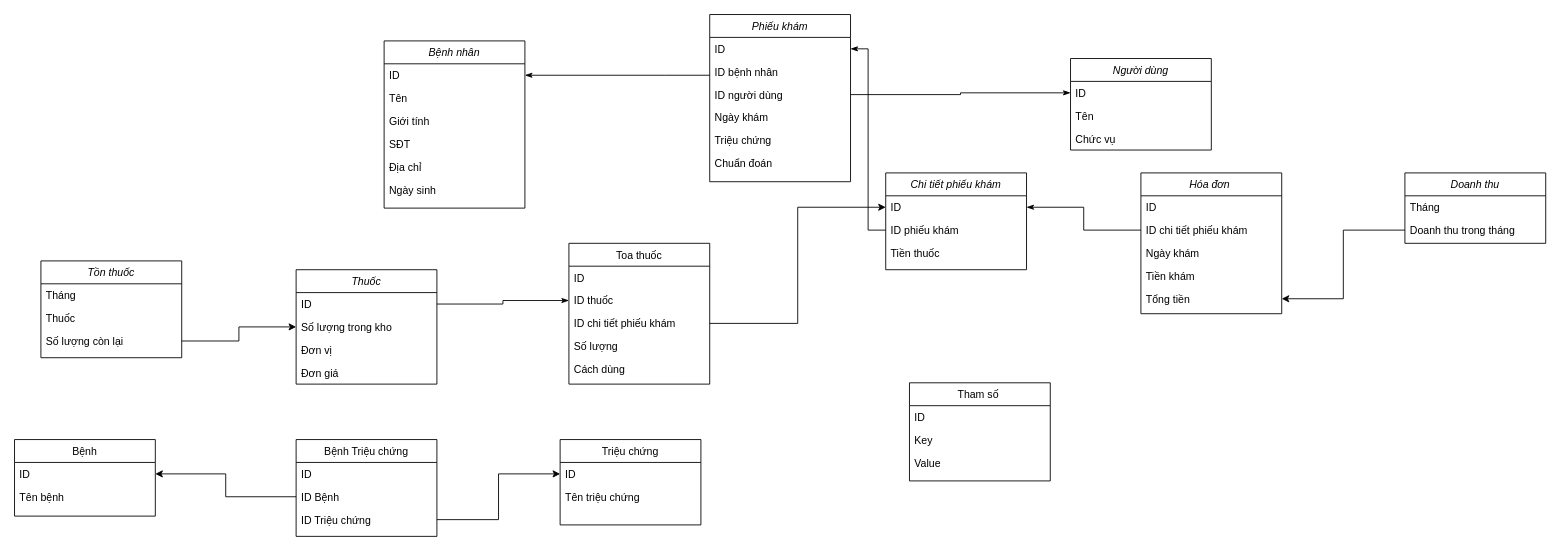
This is Untitled Diagram.drawio from thanhxinhtraiuit/DACNPM, a draw.io file, before an edit. Source tidied: cells renumbered, new cells numbered last; positions are measured from the earlier drawing's top-left corner, leaving out a move shared by most shapes. Both pictures are drawn from the tidied source at 88%, with x=0, y=0 at pixel (14, 14).
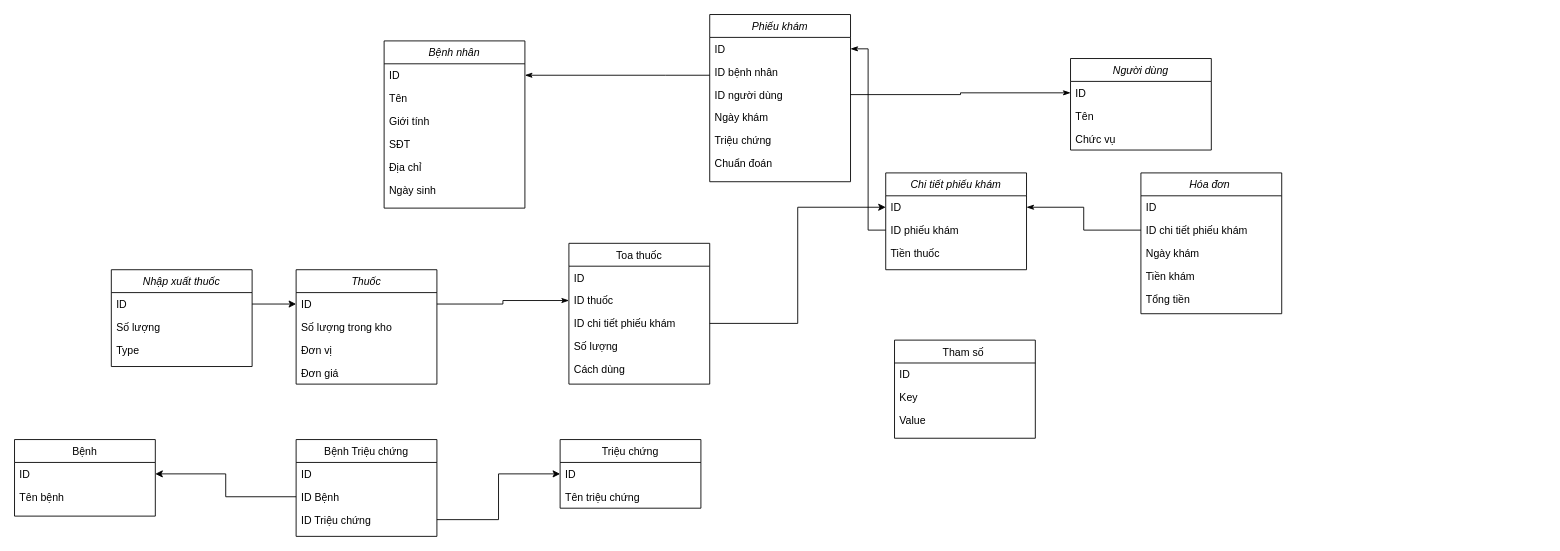
The same page after the edit.

Unchanged cells that the change refers to:
```xml
<mxCell id="44" value="ID" style="text;align=left;verticalAlign=top;spacingLeft=4;spacingRight=4;overflow=hidden;points=[[0,0.5],[1,0.5]];portConstraint=eastwest;" parent="43" vertex="1">
  <mxGeometry y="26" width="160" height="26" as="geometry" />
</mxCell>
<mxCell id="45" value="Số lượng trong kho" style="text;align=left;verticalAlign=top;spacingLeft=4;spacingRight=4;overflow=hidden;points=[[0,0.5],[1,0.5]];portConstraint=eastwest;rounded=0;shadow=0;html=0;" parent="43" vertex="1">
  <mxGeometry y="52" width="160" height="26" as="geometry" />
</mxCell>
<mxCell id="54" value="Tổng tiền" style="text;align=left;verticalAlign=top;spacingLeft=4;spacingRight=4;overflow=hidden;points=[[0,0.5],[1,0.5]];portConstraint=eastwest;" parent="49" vertex="1">
  <mxGeometry y="130" width="160" height="26" as="geometry" />
</mxCell>
```

Change to the diagram source:
```diff
@@
     <mxCell id="5" value="Triệu chứng" style="swimlane;fontStyle=0;align=center;verticalAlign=top;horizontal=1;startSize=26;rounded=0;shadow=0;strokeWidth=1;" parent="1" vertex="1">
-      <mxGeometry x="620" y="483" width="160" height="97" as="geometry" />
+      <mxGeometry x="620" y="483" width="160" height="78" as="geometry" />
     </mxCell>
@@
     <mxCell id="56" value="Tham số " style="swimlane;fontStyle=0;align=center;verticalAlign=top;horizontal=1;startSize=26;rounded=0;shadow=0;strokeWidth=1;" parent="1" vertex="1">
-      <mxGeometry x="1017" y="418.5" width="160" height="111.5" as="geometry" />
+      <mxGeometry x="1000" y="370" width="160" height="111.5" as="geometry" />
     </mxCell>
@@
-    <mxCell id="63" value="Doanh thu" style="swimlane;fontStyle=2;align=center;verticalAlign=top;horizontal=1;startSize=26;rounded=0;shadow=0;strokeWidth=1;" parent="1" vertex="1">
-      <mxGeometry x="1580" y="180" width="160" height="80" as="geometry" />
-    </mxCell>
-    <mxCell id="64" value="Tháng" style="text;align=left;verticalAlign=top;spacingLeft=4;spacingRight=4;overflow=hidden;" parent="63" vertex="1">
-      <mxGeometry y="26" width="160" height="26" as="geometry" />
-    </mxCell>
-    <mxCell id="65" value="Doanh thu trong tháng" style="text;align=left;verticalAlign=top;spacingLeft=4;spacingRight=4;overflow=hidden;points=[[0,0.5],[1,0.5]];portConstraint=eastwest;rounded=0;shadow=0;html=0;" parent="63" vertex="1">
-      <mxGeometry y="52" width="160" height="26" as="geometry" />
-    </mxCell>
-    <mxCell id="66" style="edgeStyle=orthogonalEdgeStyle;rounded=0;jettySize=auto;html=1;" parent="1" edge="1" source="65" target="54">
-      <mxGeometry relative="1" as="geometry" />
-    </mxCell>
-    <mxCell id="67" value="Tồn thuốc" style="swimlane;fontStyle=2;align=center;verticalAlign=top;horizontal=1;startSize=26;rounded=0;shadow=0;strokeWidth=1;" parent="1" vertex="1">
-      <mxGeometry x="30" y="280" width="160" height="110" as="geometry" />
+    <mxCell id="67" value="Nhập xuất thuốc" style="swimlane;fontStyle=2;align=center;verticalAlign=top;horizontal=1;startSize=26;rounded=0;shadow=0;strokeWidth=1;" parent="1" vertex="1">
+      <mxGeometry x="110" y="290" width="160" height="110" as="geometry" />
     </mxCell>
-    <mxCell id="68" value="Tháng" style="text;align=left;verticalAlign=top;spacingLeft=4;spacingRight=4;overflow=hidden;points=[[0,0.5],[1,0.5]];portConstraint=eastwest;rounded=0;shadow=0;html=0;" parent="67" vertex="1">
+    <mxCell id="68" value="ID" style="text;align=left;verticalAlign=top;spacingLeft=4;spacingRight=4;overflow=hidden;points=[[0,0.5],[1,0.5]];portConstraint=eastwest;rounded=0;shadow=0;html=0;" parent="67" vertex="1">
       <mxGeometry y="26" width="160" height="26" as="geometry" />
     </mxCell>
-    <mxCell id="69" value="Thuốc" style="text;align=left;verticalAlign=top;spacingLeft=4;spacingRight=4;overflow=hidden;" parent="67" vertex="1">
+    <mxCell id="69" value="Số lượng" style="text;align=left;verticalAlign=top;spacingLeft=4;spacingRight=4;overflow=hidden;" parent="67" vertex="1">
       <mxGeometry y="52" width="160" height="26" as="geometry" />
     </mxCell>
-    <mxCell id="70" value="Số lượng còn lại" style="text;align=left;verticalAlign=top;spacingLeft=4;spacingRight=4;overflow=hidden;points=[[0,0.5],[1,0.5]];portConstraint=eastwest;rounded=0;shadow=0;html=0;" parent="67" vertex="1">
+    <mxCell id="70" value="Type" style="text;align=left;verticalAlign=top;spacingLeft=4;spacingRight=4;overflow=hidden;points=[[0,0.5],[1,0.5]];portConstraint=eastwest;rounded=0;shadow=0;html=0;" parent="67" vertex="1">
       <mxGeometry y="78" width="160" height="26" as="geometry" />
     </mxCell>
-    <mxCell id="71" style="edgeStyle=orthogonalEdgeStyle;rounded=0;jettySize=auto;html=1;exitX=1;exitY=0.5;exitDx=0;exitDy=0;entryX=0;entryY=0.5;entryDx=0;entryDy=0;" parent="1" edge="1" source="70" target="45">
-      <mxGeometry relative="1" as="geometry" />
-    </mxCell>
+    <mxCell id="72" style="edgeStyle=orthogonalEdgeStyle;rounded=0;jettySize=auto;html=1;exitX=1;exitY=0.5;exitDx=0;exitDy=0;entryX=0;entryY=0.5;entryDx=0;entryDy=0;" parent="1" edge="1" source="68" target="44">
+      <mxGeometry relative="1" as="geometry" />
+    </mxCell>
```
